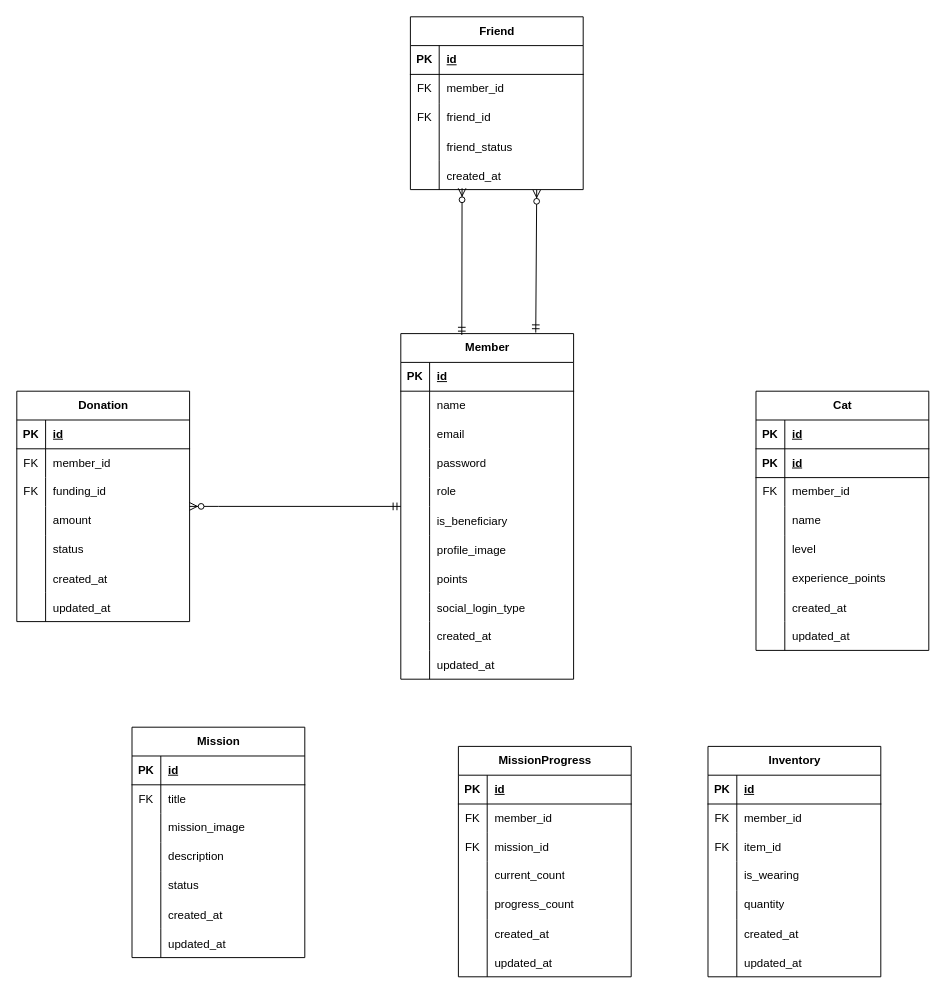
Before: ChaeumERD.drawio in 2025-Advanced-Capstone-Chaeum/ERD, a draw.io diagram. Source tidied: cells renumbered, new cells numbered last; positions are measured from the earlier drawing's top-left corner, leaving out a move shared by most shapes. Both pictures are drawn from the tidied source at 96%, with x=0, y=0 at pixel (16, 16).
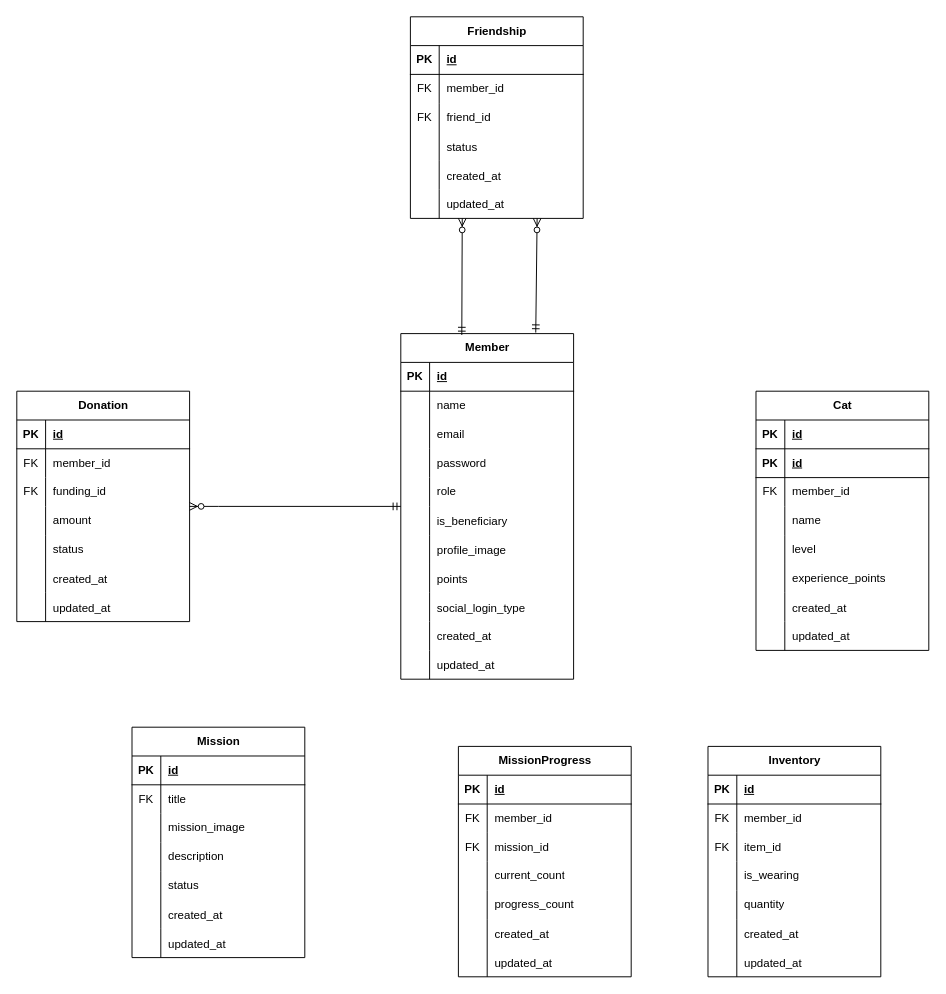
After the change.

Commit message:
docs(ERD): Friendship 테이블 속성 추가

Unchanged cells that the change refers to:
```xml
<mxCell id="2" value="Member" style="shape=table;startSize=30;childLayout=tableLayout;rowLines=0;fontStyle=1;align=center;html=1;" parent="1" vertex="1">
  <mxGeometry x="400" y="330" width="180" height="360" as="geometry" />
</mxCell>
<mxCell id="69" style="shape=tableRow;horizontal=0;startSize=0;swimlaneHead=0;swimlaneBody=0;fillColor=none;top=0;left=0;right=0;bottom=0;" parent="59" vertex="1">
  <mxGeometry y="120" width="180" height="30" as="geometry" />
</mxCell>
<mxCell id="72" style="shape=tableRow;horizontal=0;startSize=0;swimlaneHead=0;swimlaneBody=0;fillColor=none;points=[[0,0.5],[1,0.5]];portConstraint=eastwest;top=0;left=0;right=0;bottom=0;" parent="59" vertex="1">
  <mxGeometry y="150" width="180" height="30" as="geometry" />
</mxCell>
```

Diff of the diagram source:
```diff
@@
-    <mxCell id="59" value="Friend" style="shape=table;startSize=30;childLayout=tableLayout;rowLines=0;fontStyle=1;align=center;html=1;" parent="1" vertex="1">
-      <mxGeometry x="410" width="180" height="180" as="geometry" />
+    <mxCell id="59" value="Friendship" style="shape=table;startSize=30;childLayout=tableLayout;rowLines=0;fontStyle=1;align=center;html=1;" parent="1" vertex="1">
+      <mxGeometry x="410" width="180" height="210" as="geometry" />
     </mxCell>
@@
-    <mxCell id="71" value="friend_status" style="shape=partialRectangle;fillColor=none;top=0;left=0;bottom=0;right=0;align=left;spacingLeft=6;overflow=hidden;" parent="69" vertex="1">
+    <mxCell id="71" value="status" style="shape=partialRectangle;fillColor=none;top=0;left=0;bottom=0;right=0;align=left;spacingLeft=6;overflow=hidden;" parent="69" vertex="1">
       <mxGeometry x="30" width="150" height="30" as="geometry" />
     </mxCell>
@@
+    <mxCell id="169" style="shape=tableRow;horizontal=0;startSize=0;swimlaneHead=0;swimlaneBody=0;fillColor=none;top=0;left=0;right=0;bottom=0;" parent="59" vertex="1">
+      <mxGeometry y="180" width="180" height="30" as="geometry" />
+    </mxCell>
+    <mxCell id="170" style="shape=partialRectangle;fillColor=none;top=0;left=0;bottom=0;right=0;overflow=hidden;" parent="169" vertex="1">
+      <mxGeometry width="30" height="30" as="geometry" />
+    </mxCell>
+    <mxCell id="171" value="updated_at" style="shape=partialRectangle;fillColor=none;top=0;left=0;bottom=0;right=0;align=left;spacingLeft=6;overflow=hidden;" parent="169" vertex="1">
+      <mxGeometry x="30" width="150" height="30" as="geometry" />
+    </mxCell>
@@
-    <mxCell id="76" style="fontSize=12;html=1;endArrow=ERzeroToMany;startArrow=ERmandOne;rounded=0;exitX=0.353;exitY=0.004;exitDx=0;exitDy=0;exitPerimeter=0;entryX=0.299;entryY=0.953;entryDx=0;entryDy=0;entryPerimeter=0;" parent="1" edge="1" source="2" target="72">
-      <mxGeometry relative="1" as="geometry" />
+    <mxCell id="76" style="fontSize=12;html=1;endArrow=ERzeroToMany;startArrow=ERmandOne;rounded=0;exitX=0.353;exitY=0.004;exitDx=0;exitDy=0;exitPerimeter=0;" parent="1" edge="1" source="2">
+      <mxGeometry relative="1" as="geometry">
+        <mxPoint x="464" y="210" as="targetPoint" />
+      </mxGeometry>
     </mxCell>
-    <mxCell id="77" style="fontSize=12;html=1;endArrow=ERzeroToMany;startArrow=ERmandOne;rounded=0;exitX=0.781;exitY=-0.003;exitDx=0;exitDy=0;exitPerimeter=0;entryX=0.731;entryY=1.007;entryDx=0;entryDy=0;entryPerimeter=0;" parent="1" edge="1" source="2" target="72">
-      <mxGeometry relative="1" as="geometry" />
+    <mxCell id="77" style="fontSize=12;html=1;endArrow=ERzeroToMany;startArrow=ERmandOne;rounded=0;exitX=0.781;exitY=-0.003;exitDx=0;exitDy=0;exitPerimeter=0;" parent="1" edge="1" source="2">
+      <mxGeometry relative="1" as="geometry">
+        <mxPoint x="542" y="210" as="targetPoint" />
+      </mxGeometry>
     </mxCell>
```
